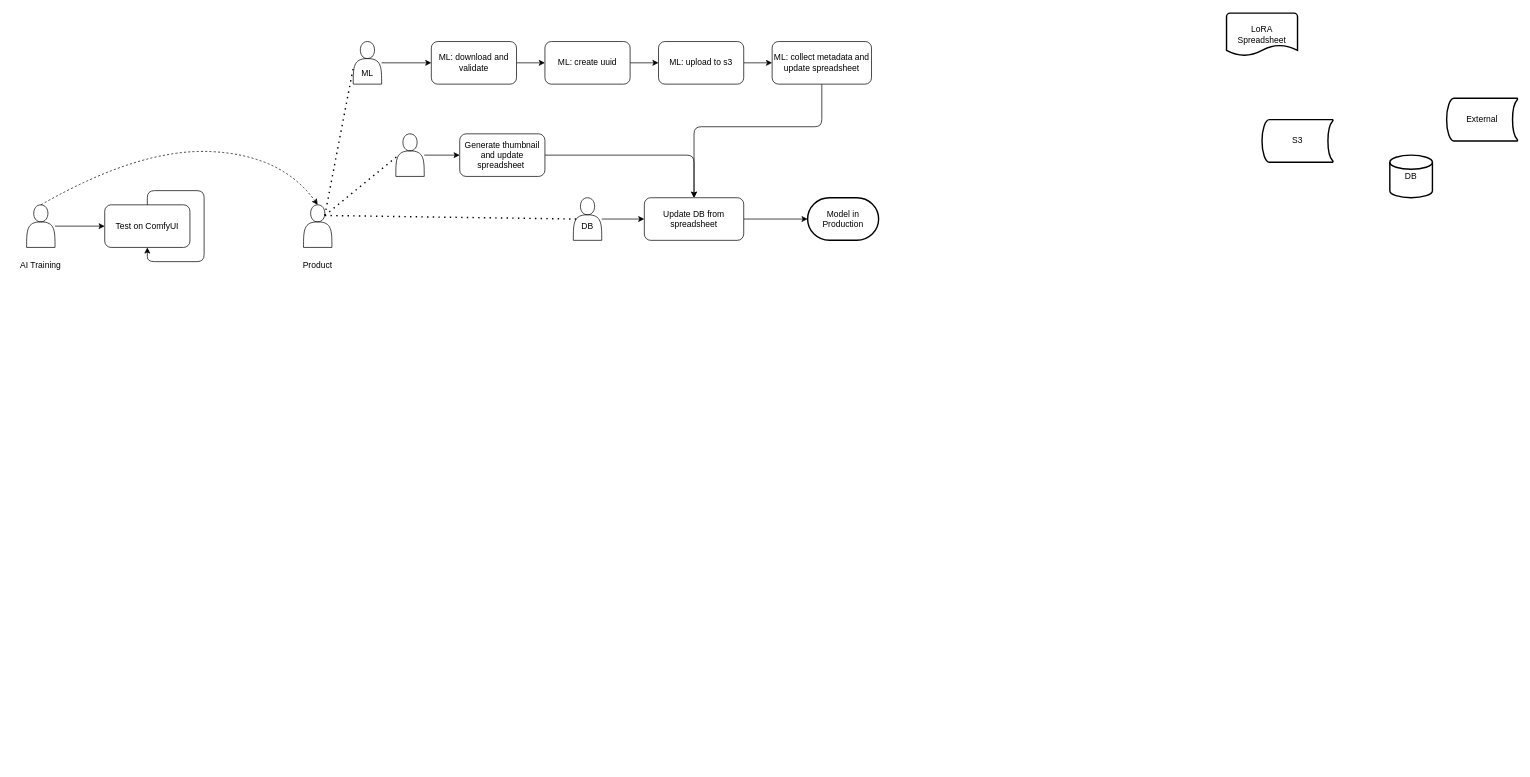
Above: LoRA-lifecycles.drawio in lachlan-nicholson/gravity (draw.io), before the change. Source tidied: cells renumbered, new cells numbered last; positions are measured from the earlier drawing's top-left corner, leaving out a move shared by most shapes. Both pictures are drawn from the tidied source at 71%, with x=0, y=0 at pixel (12, 13).
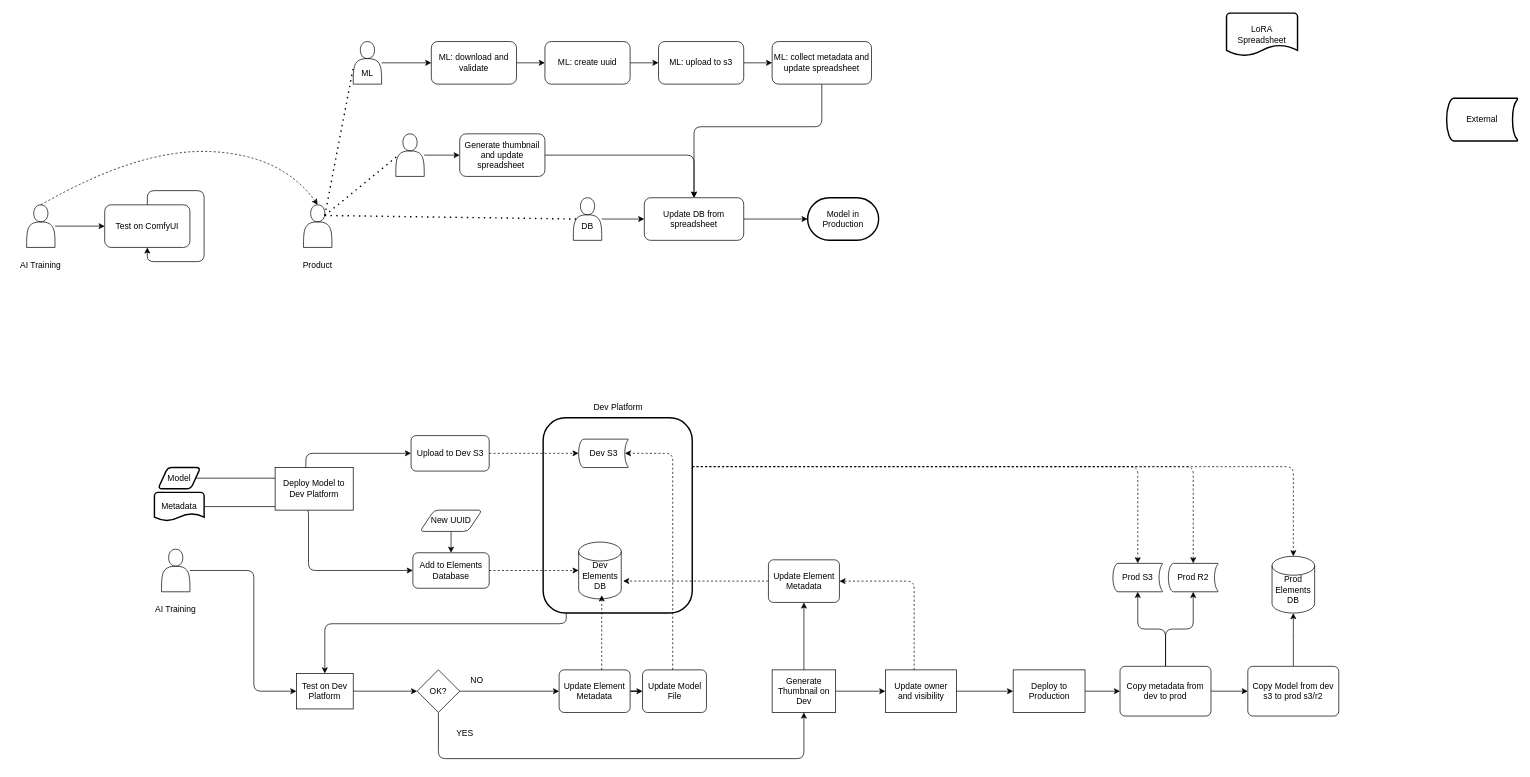
The same diagram, later.

What changed in the source:
```diff
@@
-    <mxCell id="19" value="S3" style="strokeWidth=2;html=1;shape=mxgraph.flowchart.stored_data;whiteSpace=wrap;rounded=1;" parent="1" vertex="1">
-      <mxGeometry x="1760" y="150" width="100" height="60" as="geometry" />
+    <mxCell id="19" value="Dev S3" style="strokeWidth=1;html=1;shape=mxgraph.flowchart.stored_data;whiteSpace=wrap;rounded=1;" parent="1" vertex="1">
+      <mxGeometry x="797.5" y="600" width="70" height="40" as="geometry" />
     </mxCell>
@@
-    <mxCell id="21" value="DB" style="strokeWidth=2;html=1;shape=mxgraph.flowchart.database;whiteSpace=wrap;rounded=1;" parent="1" vertex="1">
-      <mxGeometry x="1940" y="200" width="60" height="60" as="geometry" />
+    <mxCell id="21" value="&lt;br&gt;Dev Elements DB" style="strokeWidth=1;html=1;shape=mxgraph.flowchart.database;whiteSpace=wrap;rounded=1;" parent="1" vertex="1">
+      <mxGeometry x="797.5" y="745" width="60" height="80" as="geometry" />
     </mxCell>
@@
+    <mxCell id="38" style="edgeStyle=orthogonalEdgeStyle;rounded=1;jettySize=auto;html=1;entryX=0;entryY=0.5;entryDx=0;entryDy=0;" parent="1" edge="1" source="39" target="52">
+      <mxGeometry relative="1" as="geometry">
+        <Array as="points">
+          <mxPoint x="340" y="785" />
+          <mxPoint x="340" y="955" />
+        </Array>
+      </mxGeometry>
+    </mxCell>
+    <mxCell id="39" style="shape=actor;whiteSpace=wrap;html=1;rounded=1;" parent="1" vertex="1">
+      <mxGeometry x="210" y="755" width="40" height="60" as="geometry" />
+    </mxCell>
+    <mxCell id="40" value="AI Training" style="text;html=1;strokeColor=none;fillColor=none;align=center;verticalAlign=middle;whiteSpace=wrap;rounded=1;" parent="1" vertex="1">
+      <mxGeometry x="190" y="825" width="80" height="30" as="geometry" />
+    </mxCell>
+    <mxCell id="41" style="edgeStyle=orthogonalEdgeStyle;rounded=1;jettySize=auto;html=1;entryX=0;entryY=0.5;entryDx=0;entryDy=0;" parent="1" edge="1" source="42" target="46">
+      <mxGeometry relative="1" as="geometry" />
+    </mxCell>
+    <mxCell id="42" value="Model" style="shape=parallelogram;html=1;strokeWidth=2;perimeter=parallelogramPerimeter;whiteSpace=wrap;rounded=1;arcSize=12;size=0.23;" parent="1" vertex="1">
+      <mxGeometry x="205" y="640" width="60" height="30" as="geometry" />
+    </mxCell>
+    <mxCell id="43" style="edgeStyle=orthogonalEdgeStyle;rounded=1;jettySize=auto;html=1;entryX=0;entryY=0.5;entryDx=0;entryDy=0;" parent="1" edge="1" source="44" target="48">
+      <mxGeometry relative="1" as="geometry" />
+    </mxCell>
+    <mxCell id="44" value="Metadata" style="strokeWidth=2;html=1;shape=mxgraph.flowchart.document2;whiteSpace=wrap;size=0.25;rounded=1;" parent="1" vertex="1">
+      <mxGeometry x="200" y="675" width="70" height="40" as="geometry" />
+    </mxCell>
+    <mxCell id="45" style="edgeStyle=orthogonalEdgeStyle;rounded=1;jettySize=auto;html=1;entryX=0;entryY=0.5;entryDx=0;entryDy=0;entryPerimeter=0;dashed=1;strokeWidth=1;" parent="1" edge="1" source="46" target="19">
+      <mxGeometry relative="1" as="geometry">
+        <Array as="points">
+          <mxPoint x="670" y="620" />
+          <mxPoint x="670" y="620" />
+        </Array>
+      </mxGeometry>
+    </mxCell>
+    <mxCell id="46" value="Upload to Dev S3" style="rounded=1;whiteSpace=wrap;html=1;absoluteArcSize=1;arcSize=14;strokeWidth=1;" parent="1" vertex="1">
+      <mxGeometry x="561.5" y="595" width="110" height="50" as="geometry" />
+    </mxCell>
+    <mxCell id="47" style="edgeStyle=orthogonalEdgeStyle;rounded=1;jettySize=auto;html=1;entryX=0;entryY=0.5;entryDx=0;entryDy=0;entryPerimeter=0;dashed=1;strokeWidth=1;" parent="1" edge="1" source="48" target="21">
+      <mxGeometry relative="1" as="geometry" />
+    </mxCell>
+    <mxCell id="48" value="Add to Elements Database" style="rounded=1;whiteSpace=wrap;html=1;absoluteArcSize=1;arcSize=14;strokeWidth=1;" parent="1" vertex="1">
+      <mxGeometry x="564" y="760" width="107.5" height="50" as="geometry" />
+    </mxCell>
+    <mxCell id="49" style="edgeStyle=orthogonalEdgeStyle;rounded=1;jettySize=auto;html=1;entryX=0.5;entryY=0;entryDx=0;entryDy=0;strokeWidth=1;" parent="1" edge="1" source="50" target="48">
+      <mxGeometry relative="1" as="geometry" />
+    </mxCell>
+    <mxCell id="50" value="New UUID" style="shape=parallelogram;html=1;strokeWidth=1;perimeter=parallelogramPerimeter;whiteSpace=wrap;rounded=1;arcSize=12;size=0.23;" parent="1" vertex="1">
+      <mxGeometry x="574" y="700" width="87.5" height="30" as="geometry" />
+    </mxCell>
+    <mxCell id="51" style="edgeStyle=orthogonalEdgeStyle;rounded=1;jettySize=auto;html=1;entryX=0;entryY=0.5;entryDx=0;entryDy=0;entryPerimeter=0;strokeWidth=1;" parent="1" edge="1" source="52" target="55">
+      <mxGeometry relative="1" as="geometry" />
+    </mxCell>
+    <mxCell id="52" value="Test on Dev Platform" style="rounded=1;whiteSpace=wrap;html=1;absoluteArcSize=1;arcSize=0;strokeWidth=1;" parent="1" vertex="1">
+      <mxGeometry x="400" y="930" width="80" height="50" as="geometry" />
+    </mxCell>
+    <mxCell id="53" style="edgeStyle=orthogonalEdgeStyle;rounded=1;jettySize=auto;html=1;entryX=0;entryY=0.5;entryDx=0;entryDy=0;strokeWidth=1;" parent="1" edge="1" source="55" target="58">
+      <mxGeometry relative="1" as="geometry" />
+    </mxCell>
+    <mxCell id="54" style="edgeStyle=orthogonalEdgeStyle;rounded=1;jettySize=auto;html=1;entryX=0.5;entryY=1;entryDx=0;entryDy=0;strokeWidth=1;" parent="1" edge="1" source="55" target="63">
+      <mxGeometry relative="1" as="geometry">
+        <Array as="points">
+          <mxPoint x="600" y="1050" />
+          <mxPoint x="1115" y="1050" />
+        </Array>
+      </mxGeometry>
+    </mxCell>
+    <mxCell id="55" value="OK?" style="strokeWidth=1;html=1;shape=mxgraph.flowchart.decision;whiteSpace=wrap;rounded=1;" parent="1" vertex="1">
+      <mxGeometry x="570" y="925" width="60" height="60" as="geometry" />
+    </mxCell>
+    <mxCell id="56" style="edgeStyle=orthogonalEdgeStyle;rounded=1;jettySize=auto;html=1;entryX=0;entryY=0.5;entryDx=0;entryDy=0;strokeWidth=1;" parent="1" edge="1" source="58" target="65">
+      <mxGeometry relative="1" as="geometry" />
+    </mxCell>
+    <mxCell id="57" style="edgeStyle=orthogonalEdgeStyle;rounded=1;jettySize=auto;html=1;entryX=0.393;entryY=0.909;entryDx=0;entryDy=0;entryPerimeter=0;dashed=1;strokeWidth=1;" parent="1" edge="1" source="58" target="81">
+      <mxGeometry relative="1" as="geometry">
+        <Array as="points">
+          <mxPoint x="830" y="900" />
+          <mxPoint x="830" y="900" />
+        </Array>
+      </mxGeometry>
+    </mxCell>
+    <mxCell id="58" value="Update Element Metadata" style="rounded=1;whiteSpace=wrap;html=1;absoluteArcSize=1;arcSize=14;strokeWidth=1;" parent="1" vertex="1">
+      <mxGeometry x="770" y="925" width="100" height="60" as="geometry" />
+    </mxCell>
+    <mxCell id="59" value="NO" style="text;html=1;align=center;verticalAlign=middle;strokeColor=none;fillColor=none;strokeWidth=1;" parent="1" vertex="1">
+      <mxGeometry x="634.2" y="925" width="40" height="30" as="geometry" />
+    </mxCell>
+    <mxCell id="60" value="YES" style="text;html=1;align=center;verticalAlign=middle;strokeColor=none;fillColor=none;strokeWidth=1;" parent="1" vertex="1">
+      <mxGeometry x="611.5" y="1000" width="50" height="30" as="geometry" />
+    </mxCell>
+    <mxCell id="61" style="edgeStyle=orthogonalEdgeStyle;rounded=1;jettySize=auto;html=1;entryX=0;entryY=0.5;entryDx=0;entryDy=0;strokeWidth=1;" parent="1" edge="1" source="63" target="70">
+      <mxGeometry relative="1" as="geometry" />
+    </mxCell>
+    <mxCell id="62" style="edgeStyle=orthogonalEdgeStyle;rounded=1;jettySize=auto;html=1;entryX=0.5;entryY=1;entryDx=0;entryDy=0;strokeWidth=1;" parent="1" edge="1" source="63" target="85">
+      <mxGeometry relative="1" as="geometry" />
+    </mxCell>
+    <mxCell id="63" value="Generate Thumbnail on Dev" style="rounded=1;whiteSpace=wrap;html=1;absoluteArcSize=1;arcSize=0;strokeWidth=1;" parent="1" vertex="1">
+      <mxGeometry x="1070" y="925" width="89.5" height="60" as="geometry" />
+    </mxCell>
+    <mxCell id="64" style="edgeStyle=orthogonalEdgeStyle;rounded=1;jettySize=auto;html=1;entryX=0.93;entryY=0.5;entryDx=0;entryDy=0;entryPerimeter=0;dashed=1;strokeWidth=1;" parent="1" edge="1" source="65" target="19">
+      <mxGeometry relative="1" as="geometry">
+        <Array as="points">
+          <mxPoint x="930" y="620" />
+        </Array>
+      </mxGeometry>
+    </mxCell>
+    <mxCell id="65" value="Update Model File" style="rounded=1;whiteSpace=wrap;html=1;absoluteArcSize=1;arcSize=14;strokeWidth=1;" parent="1" vertex="1">
+      <mxGeometry x="887.5" y="925" width="90" height="60" as="geometry" />
+    </mxCell>
+    <mxCell id="66" style="edgeStyle=orthogonalEdgeStyle;rounded=1;jettySize=auto;html=1;entryX=0;entryY=0.5;entryDx=0;entryDy=0;" parent="1" edge="1" source="67" target="76">
+      <mxGeometry relative="1" as="geometry" />
+    </mxCell>
+    <mxCell id="67" value="Deploy to Production" style="rounded=1;whiteSpace=wrap;html=1;absoluteArcSize=1;arcSize=0;strokeWidth=1;" parent="1" vertex="1">
+      <mxGeometry x="1409.5" y="925" width="101.2" height="60" as="geometry" />
+    </mxCell>
+    <mxCell id="68" style="edgeStyle=orthogonalEdgeStyle;rounded=1;jettySize=auto;html=1;entryX=0;entryY=0.5;entryDx=0;entryDy=0;strokeWidth=1;" parent="1" edge="1" source="70" target="67">
+      <mxGeometry relative="1" as="geometry" />
+    </mxCell>
+    <mxCell id="69" style="edgeStyle=orthogonalEdgeStyle;rounded=1;jettySize=auto;html=1;entryX=1;entryY=0.5;entryDx=0;entryDy=0;dashed=1;strokeWidth=1;" parent="1" edge="1" source="70" target="85">
+      <mxGeometry relative="1" as="geometry">
+        <Array as="points">
+          <mxPoint x="1270" y="800" />
+        </Array>
+      </mxGeometry>
+    </mxCell>
+    <mxCell id="70" value="Update owner and visibility" style="rounded=1;whiteSpace=wrap;html=1;absoluteArcSize=1;arcSize=0;strokeWidth=1;" parent="1" vertex="1">
+      <mxGeometry x="1229.5" y="925" width="100" height="60" as="geometry" />
+    </mxCell>
+    <mxCell id="71" style="edgeStyle=orthogonalEdgeStyle;rounded=1;jettySize=auto;html=1;entryX=0.5;entryY=1;entryDx=0;entryDy=0;entryPerimeter=0;" parent="1" edge="1" source="72" target="86">
+      <mxGeometry relative="1" as="geometry" />
+    </mxCell>
+    <mxCell id="72" value="Copy Model from dev s3 to prod s3/r2" style="rounded=1;whiteSpace=wrap;html=1;absoluteArcSize=1;arcSize=14;strokeWidth=1;" parent="1" vertex="1">
+      <mxGeometry x="1740" y="920" width="128.1" height="70" as="geometry" />
+    </mxCell>
+    <mxCell id="73" style="edgeStyle=orthogonalEdgeStyle;rounded=1;jettySize=auto;html=1;entryX=0;entryY=0.5;entryDx=0;entryDy=0;" parent="1" edge="1" source="76" target="72">
+      <mxGeometry relative="1" as="geometry" />
+    </mxCell>
+    <mxCell id="74" style="edgeStyle=orthogonalEdgeStyle;rounded=1;jettySize=auto;html=1;" parent="1" edge="1" source="76" target="87">
+      <mxGeometry relative="1" as="geometry" />
+    </mxCell>
+    <mxCell id="75" style="edgeStyle=orthogonalEdgeStyle;rounded=1;jettySize=auto;html=1;entryX=0.5;entryY=1;entryDx=0;entryDy=0;entryPerimeter=0;" parent="1" edge="1" source="76" target="88">
+      <mxGeometry relative="1" as="geometry" />
+    </mxCell>
+    <mxCell id="76" value="Copy metadata from dev to prod" style="rounded=1;whiteSpace=wrap;html=1;absoluteArcSize=1;arcSize=14;strokeWidth=1;" parent="1" vertex="1">
+      <mxGeometry x="1560" y="920" width="128.1" height="70" as="geometry" />
+    </mxCell>
+    <mxCell id="77" style="edgeStyle=orthogonalEdgeStyle;rounded=1;jettySize=auto;html=1;entryX=0.5;entryY=0;entryDx=0;entryDy=0;strokeWidth=1;" parent="1" edge="1" source="81" target="52">
+      <mxGeometry relative="1" as="geometry">
+        <Array as="points">
+          <mxPoint x="780" y="860" />
+          <mxPoint x="440" y="860" />
+        </Array>
+      </mxGeometry>
+    </mxCell>
+    <mxCell id="78" style="edgeStyle=orthogonalEdgeStyle;rounded=1;jettySize=auto;html=1;exitX=1;exitY=0.25;exitDx=0;exitDy=0;entryX=0.5;entryY=0;entryDx=0;entryDy=0;entryPerimeter=0;dashed=1;" parent="1" edge="1" source="81" target="87">
+      <mxGeometry relative="1" as="geometry" />
+    </mxCell>
+    <mxCell id="79" style="edgeStyle=orthogonalEdgeStyle;rounded=1;jettySize=auto;html=1;exitX=1;exitY=0.25;exitDx=0;exitDy=0;entryX=0.5;entryY=0;entryDx=0;entryDy=0;entryPerimeter=0;dashed=1;" parent="1" edge="1" source="81" target="88">
+      <mxGeometry relative="1" as="geometry" />
+    </mxCell>
+    <mxCell id="80" style="edgeStyle=orthogonalEdgeStyle;rounded=1;jettySize=auto;html=1;exitX=1;exitY=0.25;exitDx=0;exitDy=0;entryX=0.5;entryY=0;entryDx=0;entryDy=0;entryPerimeter=0;dashed=1;" parent="1" edge="1" source="81" target="86">
+      <mxGeometry relative="1" as="geometry" />
+    </mxCell>
+    <mxCell id="81" style="rounded=1;whiteSpace=wrap;html=1;fillColor=none;strokeWidth=2;" parent="1" vertex="1">
+      <mxGeometry x="747.5" y="570" width="210" height="275" as="geometry" />
+    </mxCell>
+    <mxCell id="82" value="Dev Platform" style="text;html=1;align=center;verticalAlign=middle;strokeColor=none;fillColor=none;strokeWidth=1;" parent="1" vertex="1">
+      <mxGeometry x="807.5" y="540" width="90" height="30" as="geometry" />
+    </mxCell>
+    <mxCell id="83" value="Deploy Model to Dev Platform" style="rounded=1;whiteSpace=wrap;html=1;arcSize=0;strokeWidth=1;" parent="1" vertex="1">
+      <mxGeometry x="370" y="640" width="110" height="60" as="geometry" />
+    </mxCell>
+    <mxCell id="84" style="edgeStyle=orthogonalEdgeStyle;rounded=1;jettySize=auto;html=1;entryX=0.536;entryY=0.836;entryDx=0;entryDy=0;entryPerimeter=0;dashed=1;strokeWidth=1;" parent="1" edge="1" source="85" target="81">
+      <mxGeometry relative="1" as="geometry" />
+    </mxCell>
+    <mxCell id="85" value="Update Element Metadata" style="rounded=1;whiteSpace=wrap;html=1;absoluteArcSize=1;arcSize=14;strokeWidth=1;" parent="1" vertex="1">
+      <mxGeometry x="1064.8" y="770" width="100" height="60" as="geometry" />
+    </mxCell>
+    <mxCell id="86" value="&lt;br&gt;Prod Elements DB" style="strokeWidth=1;html=1;shape=mxgraph.flowchart.database;whiteSpace=wrap;rounded=1;" parent="1" vertex="1">
+      <mxGeometry x="1774.1" y="765" width="60" height="80" as="geometry" />
+    </mxCell>
+    <mxCell id="87" value="Prod S3" style="strokeWidth=1;html=1;shape=mxgraph.flowchart.stored_data;whiteSpace=wrap;rounded=1;" parent="1" vertex="1">
+      <mxGeometry x="1550" y="775" width="70" height="40" as="geometry" />
+    </mxCell>
+    <mxCell id="88" value="Prod R2" style="strokeWidth=1;html=1;shape=mxgraph.flowchart.stored_data;whiteSpace=wrap;rounded=1;" parent="1" vertex="1">
+      <mxGeometry x="1628.1" y="775" width="70" height="40" as="geometry" />
+    </mxCell>
```
